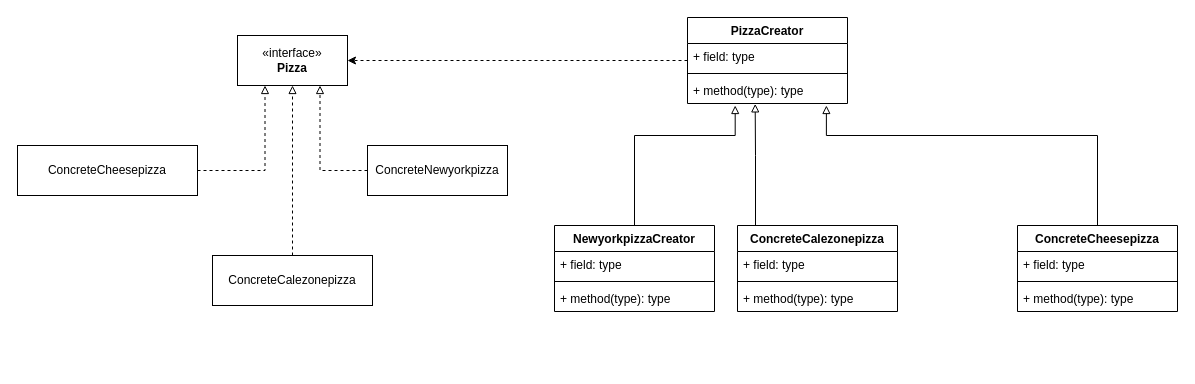
Earlier version of the draw.io diagram Factory_method/class.drawio (Opeiz/CPP-D-G4). Source tidied: cells renumbered, new cells numbered last; positions are measured from the earlier drawing's top-left corner, leaving out a move shared by most shapes. Both pictures are drawn from the tidied source at 100%, with x=0, y=0 at pixel (17, 17).
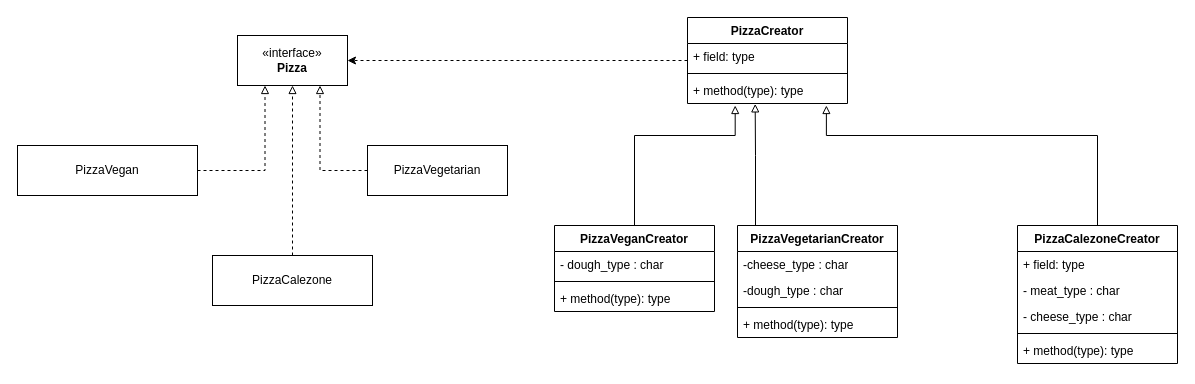
After the change.

The edit, as a diff of the source:
```diff
@@
-    <mxCell id="3" value="ConcreteCheesepizza" style="html=1;whiteSpace=wrap;" parent="1" vertex="1">
+    <mxCell id="3" value="PizzaVegan" style="html=1;whiteSpace=wrap;" parent="1" vertex="1">
       <mxGeometry y="128" width="180" height="50" as="geometry" />
     </mxCell>
-    <mxCell id="4" value="ConcreteNewyorkpizza" style="html=1;whiteSpace=wrap;" parent="1" vertex="1">
+    <mxCell id="4" value="PizzaVegetarian" style="html=1;whiteSpace=wrap;" parent="1" vertex="1">
       <mxGeometry x="350" y="128" width="140" height="50" as="geometry" />
     </mxCell>
@@
-    <mxCell id="8" value="ConcreteCalezonepizza" style="html=1;whiteSpace=wrap;" parent="1" vertex="1">
+    <mxCell id="8" value="PizzaCalezone" style="html=1;whiteSpace=wrap;" parent="1" vertex="1">
       <mxGeometry x="195" y="238" width="160" height="50" as="geometry" />
     </mxCell>
@@
-    <mxCell id="14" value="NewyorkpizzaCreator" style="swimlane;fontStyle=1;align=center;verticalAlign=top;horizontal=1;startSize=26;whiteSpace=wrap;html=1;" parent="1" vertex="1">
+    <mxCell id="14" value="PizzaVeganCreator" style="swimlane;fontStyle=1;align=center;verticalAlign=top;horizontal=1;startSize=26;whiteSpace=wrap;html=1;" parent="1" vertex="1">
       <mxGeometry x="537" y="208" width="160" height="86" as="geometry" />
     </mxCell>
-    <mxCell id="15" value="+ field: type" style="text;strokeColor=none;fillColor=none;align=left;verticalAlign=top;spacingLeft=4;spacingRight=4;overflow=hidden;whiteSpace=wrap;html=1;" parent="14" vertex="1">
-      <mxGeometry y="26" width="160" height="26" as="geometry" />
-    </mxCell>
+    <mxCell id="29" value="- dough_type : char" style="text;strokeColor=none;fillColor=none;align=left;verticalAlign=top;spacingLeft=4;spacingRight=4;overflow=hidden;" parent="14" vertex="1">
+      <mxGeometry y="26" width="160" height="26" as="geometry" />
+    </mxCell>
@@
-    <mxCell id="19" value="ConcreteCalezonepizza" style="swimlane;fontStyle=1;align=center;verticalAlign=top;horizontal=1;startSize=26;whiteSpace=wrap;html=1;" parent="1" vertex="1">
-      <mxGeometry x="720" y="208" width="160" height="86" as="geometry" />
+    <mxCell id="19" value="PizzaVegetarianCreator" style="swimlane;fontStyle=1;align=center;verticalAlign=top;horizontal=1;startSize=26;whiteSpace=wrap;html=1;" parent="1" vertex="1">
+      <mxGeometry x="720" y="208" width="160" height="112" as="geometry" />
     </mxCell>
-    <mxCell id="20" value="+ field: type" style="text;strokeColor=none;fillColor=none;align=left;verticalAlign=top;spacingLeft=4;spacingRight=4;overflow=hidden;whiteSpace=wrap;html=1;" parent="19" vertex="1">
+    <mxCell id="20" value="-cheese_type : char" style="text;strokeColor=none;fillColor=none;align=left;verticalAlign=top;spacingLeft=4;spacingRight=4;overflow=hidden;whiteSpace=wrap;html=1;" parent="19" vertex="1">
       <mxGeometry y="26" width="160" height="26" as="geometry" />
     </mxCell>
+    <mxCell id="30" value="-dough_type : char" style="text;strokeColor=none;fillColor=none;align=left;verticalAlign=top;spacingLeft=4;spacingRight=4;overflow=hidden;whiteSpace=wrap;html=1;" parent="19" vertex="1">
+      <mxGeometry y="52" width="160" height="26" as="geometry" />
+    </mxCell>
     <mxCell id="21" style="line;strokeWidth=1;fillColor=none;align=left;verticalAlign=middle;spacingTop=-1;spacingLeft=3;spacingRight=3;labelPosition=right;strokeColor=inherit;" parent="19" vertex="1">
-      <mxGeometry y="52" width="160" height="8" as="geometry" />
+      <mxGeometry y="78" width="160" height="8" as="geometry" />
     </mxCell>
     <mxCell id="22" value="+ method(type): type" style="text;strokeColor=none;fillColor=none;align=left;verticalAlign=top;spacingLeft=4;spacingRight=4;overflow=hidden;whiteSpace=wrap;html=1;" parent="19" vertex="1">
-      <mxGeometry y="60" width="160" height="26" as="geometry" />
+      <mxGeometry y="86" width="160" height="26" as="geometry" />
     </mxCell>
-    <mxCell id="23" value="ConcreteCheesepizza" style="swimlane;fontStyle=1;align=center;verticalAlign=top;horizontal=1;startSize=26;whiteSpace=wrap;html=1;" parent="1" vertex="1">
-      <mxGeometry x="1000" y="208" width="160" height="86" as="geometry" />
+    <mxCell id="23" value="PizzaCalezoneCreator" style="swimlane;fontStyle=1;align=center;verticalAlign=top;horizontal=1;startSize=26;whiteSpace=wrap;html=1;" parent="1" vertex="1">
+      <mxGeometry x="1000" y="208" width="160" height="138" as="geometry" />
     </mxCell>
@@
+    <mxCell id="15" value="- meat_type : char" style="text;strokeColor=none;fillColor=none;align=left;verticalAlign=top;spacingLeft=4;spacingRight=4;overflow=hidden;whiteSpace=wrap;html=1;" parent="23" vertex="1">
+      <mxGeometry y="52" width="160" height="26" as="geometry" />
+    </mxCell>
+    <mxCell id="31" value="- cheese_type : char" style="text;strokeColor=none;fillColor=none;align=left;verticalAlign=top;spacingLeft=4;spacingRight=4;overflow=hidden;" parent="23" vertex="1">
+      <mxGeometry y="78" width="160" height="26" as="geometry" />
+    </mxCell>
     <mxCell id="25" style="line;strokeWidth=1;fillColor=none;align=left;verticalAlign=middle;spacingTop=-1;spacingLeft=3;spacingRight=3;labelPosition=right;strokeColor=inherit;" parent="23" vertex="1">
-      <mxGeometry y="52" width="160" height="8" as="geometry" />
+      <mxGeometry y="104" width="160" height="8" as="geometry" />
     </mxCell>
     <mxCell id="26" value="+ method(type): type" style="text;strokeColor=none;fillColor=none;align=left;verticalAlign=top;spacingLeft=4;spacingRight=4;overflow=hidden;whiteSpace=wrap;html=1;" parent="23" vertex="1">
-      <mxGeometry y="60" width="160" height="26" as="geometry" />
+      <mxGeometry y="112" width="160" height="26" as="geometry" />
     </mxCell>
```
